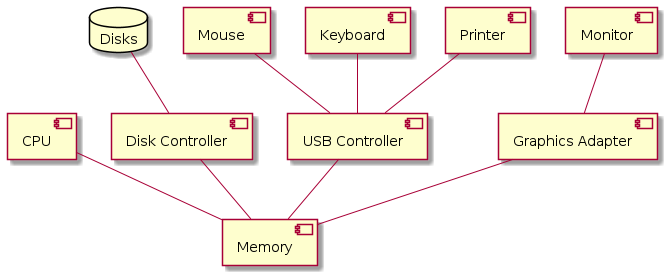
Earlier version of the PlantUML export docs/images/operating-system-concepts-figure-1-2.png (chayward1/dotfiles).
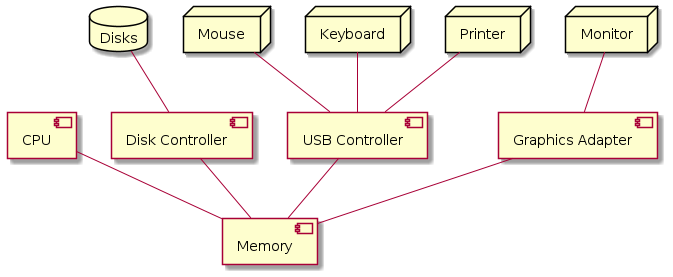
The same diagram one commit later.

What changed in the source:
```diff
@@ -15,10 +15,10 @@
 
 
 database Disks
-component Mouse
-component Keyboard
-component Printer
-component Monitor
+node Mouse
+node Keyboard
+node Printer
+node Monitor
 
 Disks -- Disk
 Mouse -- USB
```
